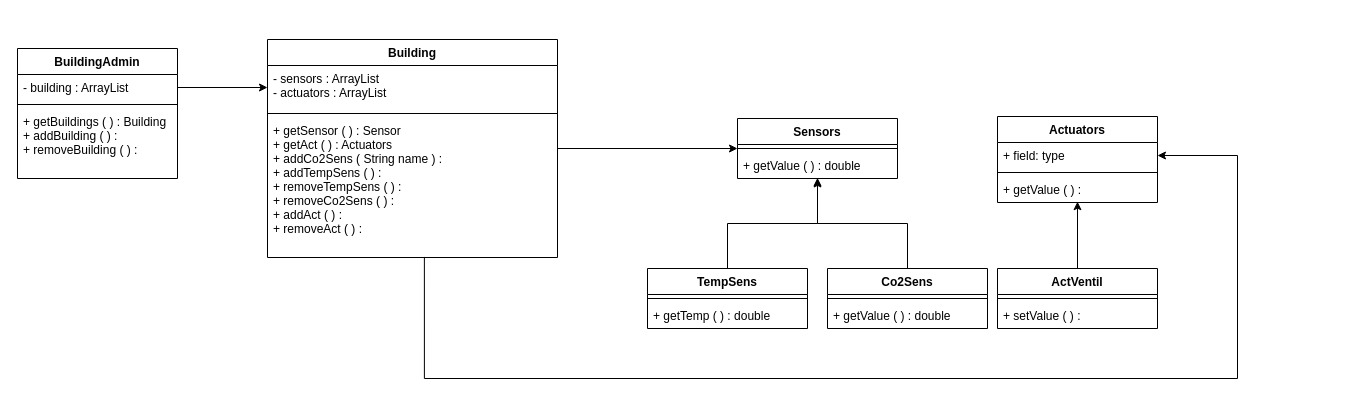
Above: Untitled Diagram.drawio in emkirstine/workshop (draw.io), before the change. Source tidied: cells renumbered, new cells numbered last; positions are measured from the earlier drawing's top-left corner, leaving out a move shared by most shapes. Both pictures are drawn from the tidied source at 100%, with x=0, y=0 at pixel (17, 39).
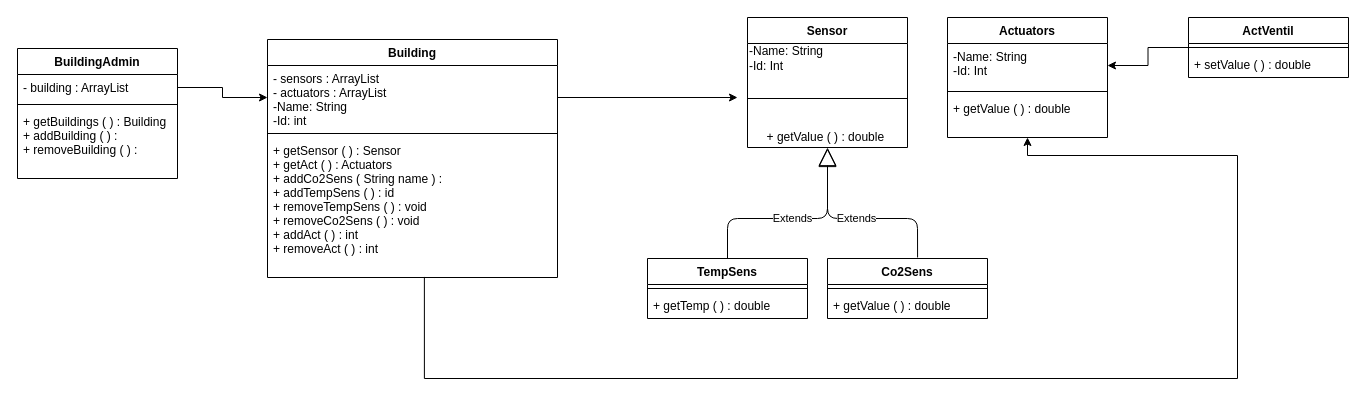
The same diagram, later.

Diff of the diagram source:
```diff
@@
     <mxCell id="2" value="Building" style="swimlane;fontStyle=1;align=center;verticalAlign=top;horizontal=1;startSize=26;" parent="1" vertex="1">
-      <mxGeometry x="250" width="290" height="218" as="geometry" />
+      <mxGeometry x="250" width="290" height="238" as="geometry" />
     </mxCell>
-    <mxCell id="3" value="- sensors : ArrayList&#10;- actuators : ArrayList" style="text;strokeColor=none;fillColor=none;align=left;verticalAlign=top;spacingLeft=4;spacingRight=4;overflow=hidden;points=[[0,0.5],[1,0.5]];portConstraint=eastwest;" parent="2" vertex="1">
-      <mxGeometry y="26" width="290" height="44" as="geometry" />
+    <mxCell id="3" value="- sensors : ArrayList&#10;- actuators : ArrayList&#10;-Name: String&#10;-Id: int" style="text;strokeColor=none;fillColor=none;align=left;verticalAlign=top;spacingLeft=4;spacingRight=4;overflow=hidden;points=[[0,0.5],[1,0.5]];portConstraint=eastwest;" parent="2" vertex="1">
+      <mxGeometry y="26" width="290" height="64" as="geometry" />
     </mxCell>
     <mxCell id="4" style="line;strokeWidth=1;fillColor=none;align=left;verticalAlign=middle;spacingTop=-1;spacingLeft=3;spacingRight=3;labelPosition=right;" parent="2" vertex="1">
-      <mxGeometry y="70" width="290" height="8" as="geometry" />
+      <mxGeometry y="90" width="290" height="8" as="geometry" />
     </mxCell>
-    <mxCell id="5" value="+ getSensor ( ) : Sensor&#10;+ getAct ( ) : Actuators&#10;+ addCo2Sens ( String name ) :&#10;+ addTempSens ( ) :&#10;+ removeTempSens ( ) :&#10;+ removeCo2Sens ( ) :&#10;+ addAct ( ) :&#10;+ removeAct ( ) : &#10;" style="text;strokeColor=none;fillColor=none;align=left;verticalAlign=top;spacingLeft=4;spacingRight=4;overflow=hidden;points=[[0,0.5],[1,0.5]];portConstraint=eastwest;" parent="2" vertex="1">
-      <mxGeometry y="78" width="290" height="140" as="geometry" />
+    <mxCell id="5" value="+ getSensor ( ) : Sensor&#10;+ getAct ( ) : Actuators&#10;+ addCo2Sens ( String name ) :&#10;+ addTempSens ( ) : id&#10;+ removeTempSens ( ) : void&#10;+ removeCo2Sens ( ) : void &#10;+ addAct ( ) : int&#10;+ removeAct ( ) : int&#10;" style="text;strokeColor=none;fillColor=none;align=left;verticalAlign=top;spacingLeft=4;spacingRight=4;overflow=hidden;points=[[0,0.5],[1,0.5]];portConstraint=eastwest;" parent="2" vertex="1">
+      <mxGeometry y="98" width="290" height="140" as="geometry" />
     </mxCell>
-    <mxCell id="6" value="Sensors" style="swimlane;fontStyle=1;align=center;verticalAlign=top;horizontal=1;startSize=26;" parent="1" vertex="1">
-      <mxGeometry x="720" y="79" width="160" height="60" as="geometry" />
+    <mxCell id="6" value="Sensor" style="swimlane;fontStyle=1;align=center;verticalAlign=top;horizontal=1;startSize=26;" parent="1" vertex="1">
+      <mxGeometry x="730" y="-22" width="160" height="130" as="geometry" />
     </mxCell>
+    <mxCell id="32" value="-Name: String&lt;br&gt;-Id: Int" style="text;html=1;align=left;verticalAlign=middle;" parent="6" vertex="1">
+      <mxGeometry y="26" width="160" height="30" as="geometry" />
+    </mxCell>
     <mxCell id="7" style="line;strokeWidth=1;fillColor=none;align=left;verticalAlign=middle;spacingTop=-1;spacingLeft=3;spacingRight=3;labelPosition=right;" parent="6" vertex="1">
-      <mxGeometry y="26" width="160" height="8" as="geometry" />
+      <mxGeometry y="56" width="160" height="50" as="geometry" />
     </mxCell>
-    <mxCell id="8" value="+ getValue ( ) : double " style="text;strokeColor=none;fillColor=none;align=left;verticalAlign=top;spacingLeft=4;spacingRight=4;overflow=hidden;points=[[0,0.5],[1,0.5]];portConstraint=eastwest;" parent="6" vertex="1">
-      <mxGeometry y="34" width="160" height="26" as="geometry" />
+    <mxCell id="8" value="&lt;span style=&quot;text-align: left&quot;&gt;+ getValue ( ) : double&amp;nbsp;&lt;/span&gt;" style="text;html=1;strokeColor=none;fillColor=none;align=center;verticalAlign=top;whiteSpace=wrap;rounded=0;" parent="6" vertex="1">
+      <mxGeometry y="106" width="160" height="24" as="geometry" />
     </mxCell>
     <mxCell id="9" value="Actuators" style="swimlane;fontStyle=1;align=center;verticalAlign=top;horizontal=1;startSize=26;" parent="1" vertex="1">
-      <mxGeometry x="980" y="77" width="160" height="86" as="geometry" />
+      <mxGeometry x="930" y="-22" width="160" height="120" as="geometry" />
     </mxCell>
-    <mxCell id="10" value="+ field: type" style="text;strokeColor=none;fillColor=none;align=left;verticalAlign=top;spacingLeft=4;spacingRight=4;overflow=hidden;points=[[0,0.5],[1,0.5]];portConstraint=eastwest;" parent="9" vertex="1">
-      <mxGeometry y="26" width="160" height="26" as="geometry" />
+    <mxCell id="10" value="-Name: String&#10;-Id: Int" style="text;strokeColor=none;fillColor=none;align=left;verticalAlign=top;spacingLeft=4;spacingRight=4;overflow=hidden;points=[[0,0.5],[1,0.5]];portConstraint=eastwest;" parent="9" vertex="1">
+      <mxGeometry y="26" width="160" height="44" as="geometry" />
     </mxCell>
     <mxCell id="11" style="line;strokeWidth=1;fillColor=none;align=left;verticalAlign=middle;spacingTop=-1;spacingLeft=3;spacingRight=3;labelPosition=right;" parent="9" vertex="1">
-      <mxGeometry y="52" width="160" height="8" as="geometry" />
+      <mxGeometry y="70" width="160" height="8" as="geometry" />
     </mxCell>
-    <mxCell id="12" value="+ getValue ( ) :" style="text;strokeColor=none;fillColor=none;align=left;verticalAlign=top;spacingLeft=4;spacingRight=4;overflow=hidden;points=[[0,0.5],[1,0.5]];portConstraint=eastwest;" parent="9" vertex="1">
-      <mxGeometry y="60" width="160" height="26" as="geometry" />
+    <mxCell id="12" value="+ getValue ( ) : double" style="text;strokeColor=none;fillColor=none;align=left;verticalAlign=top;spacingLeft=4;spacingRight=4;overflow=hidden;points=[[0,0.5],[1,0.5]];portConstraint=eastwest;" parent="9" vertex="1">
+      <mxGeometry y="78" width="160" height="42" as="geometry" />
     </mxCell>
@@
-    <mxCell id="17" style="edgeStyle=orthogonalEdgeStyle;rounded=0;jettySize=auto;html=1;exitX=0.5;exitY=0;exitDx=0;exitDy=0;entryX=0.5;entryY=0.974;entryDx=0;entryDy=0;entryPerimeter=0;" parent="1" edge="1" source="18" target="8">
-      <mxGeometry relative="1" as="geometry" />
-    </mxCell>
     <mxCell id="18" value="Co2Sens" style="swimlane;fontStyle=1;align=center;verticalAlign=top;horizontal=1;startSize=26;" parent="1" vertex="1">
-      <mxGeometry x="810" y="229" width="160" height="60" as="geometry" />
+      <mxGeometry x="810" y="219" width="160" height="60" as="geometry" />
     </mxCell>
@@
-    <mxCell id="21" style="edgeStyle=orthogonalEdgeStyle;rounded=0;jettySize=auto;html=1;exitX=0.5;exitY=0;exitDx=0;exitDy=0;entryX=0.5;entryY=1.017;entryDx=0;entryDy=0;entryPerimeter=0;" parent="1" edge="1" source="22" target="8">
-      <mxGeometry relative="1" as="geometry" />
-    </mxCell>
     <mxCell id="22" value="TempSens" style="swimlane;fontStyle=1;align=center;verticalAlign=top;horizontal=1;startSize=26;" parent="1" vertex="1">
-      <mxGeometry x="630" y="229" width="160" height="60" as="geometry" />
+      <mxGeometry x="630" y="219" width="160" height="60" as="geometry" />
     </mxCell>
@@
-    <mxCell id="26" style="edgeStyle=orthogonalEdgeStyle;rounded=0;jettySize=auto;html=1;exitX=1;exitY=0.5;exitDx=0;exitDy=0;entryX=0;entryY=0.5;entryDx=0;entryDy=0;" parent="1" edge="1" source="3" target="6">
+    <mxCell id="26" style="edgeStyle=orthogonalEdgeStyle;rounded=0;jettySize=auto;html=1;exitX=1;exitY=0.5;exitDx=0;exitDy=0;" parent="1" edge="1" source="3">
       <mxGeometry relative="1" as="geometry">
+        <mxPoint x="720" y="58" as="targetPoint" />
         <Array as="points">
-          <mxPoint x="540" y="109" />
+          <mxPoint x="720" y="58" />
         </Array>
       </mxGeometry>
     </mxCell>
-    <mxCell id="27" style="edgeStyle=orthogonalEdgeStyle;rounded=0;jettySize=auto;html=1;exitX=0.541;exitY=0.996;exitDx=0;exitDy=0;entryX=1;entryY=0.5;entryDx=0;entryDy=0;exitPerimeter=0;" parent="1" edge="1" source="5" target="10">
+    <mxCell id="27" style="edgeStyle=orthogonalEdgeStyle;rounded=0;jettySize=auto;html=1;exitX=0.541;exitY=0.996;exitDx=0;exitDy=0;exitPerimeter=0;entryX=0.5;entryY=1;entryDx=0;entryDy=0;" parent="1" edge="1" source="5" target="9">
       <mxGeometry relative="1" as="geometry">
         <Array as="points">
           <mxPoint x="407" y="339" />
           <mxPoint x="1220" y="339" />
           <mxPoint x="1220" y="116" />
+          <mxPoint x="1010" y="116" />
         </Array>
       </mxGeometry>
     </mxCell>
-    <mxCell id="28" style="edgeStyle=orthogonalEdgeStyle;rounded=0;jettySize=auto;html=1;exitX=0.5;exitY=0;exitDx=0;exitDy=0;entryX=0.5;entryY=0.97;entryDx=0;entryDy=0;entryPerimeter=0;" parent="1" edge="1" source="29" target="12">
-      <mxGeometry relative="1" as="geometry" />
-    </mxCell>
+    <mxCell id="33" style="edgeStyle=orthogonalEdgeStyle;rounded=0;jettySize=auto;html=1;exitX=0;exitY=0.5;exitDx=0;exitDy=0;entryX=1;entryY=0.5;entryDx=0;entryDy=0;" parent="1" edge="1" source="29" target="10">
+      <mxGeometry relative="1" as="geometry" />
+    </mxCell>
     <mxCell id="29" value="ActVentil" style="swimlane;fontStyle=1;align=center;verticalAlign=top;horizontal=1;startSize=26;" parent="1" vertex="1">
-      <mxGeometry x="980" y="229" width="160" height="60" as="geometry" />
+      <mxGeometry x="1171" y="-22" width="160" height="60" as="geometry" />
     </mxCell>
@@
-    <mxCell id="31" value="+ setValue ( ) : " style="text;strokeColor=none;fillColor=none;align=left;verticalAlign=top;spacingLeft=4;spacingRight=4;overflow=hidden;" parent="29" vertex="1">
+    <mxCell id="31" value="+ setValue ( ) : double " style="text;strokeColor=none;fillColor=none;align=left;verticalAlign=top;spacingLeft=4;spacingRight=4;overflow=hidden;" parent="29" vertex="1">
       <mxGeometry y="34" width="160" height="26" as="geometry" />
     </mxCell>
+    <mxCell id="34" value="Extends" style="endArrow=block;endSize=16;endFill=0;html=1;exitX=0.5;exitY=0;exitDx=0;exitDy=0;" parent="1" edge="1" source="22">
+      <mxGeometry relative="1" as="geometry">
+        <mxPoint x="810" y="109" as="targetPoint" />
+        <Array as="points">
+          <mxPoint x="710" y="179" />
+          <mxPoint x="810" y="179" />
+        </Array>
+      </mxGeometry>
+    </mxCell>
+    <mxCell id="35" value="Extends" style="endArrow=block;endSize=16;endFill=0;html=1;exitX=0.563;exitY=-0.017;exitDx=0;exitDy=0;entryX=0.5;entryY=1;entryDx=0;entryDy=0;exitPerimeter=0;" parent="1" edge="1" source="18" target="6">
+      <mxGeometry relative="1" as="geometry">
+        <Array as="points">
+          <mxPoint x="900" y="179" />
+          <mxPoint x="810" y="179" />
+        </Array>
+      </mxGeometry>
+    </mxCell>
```
